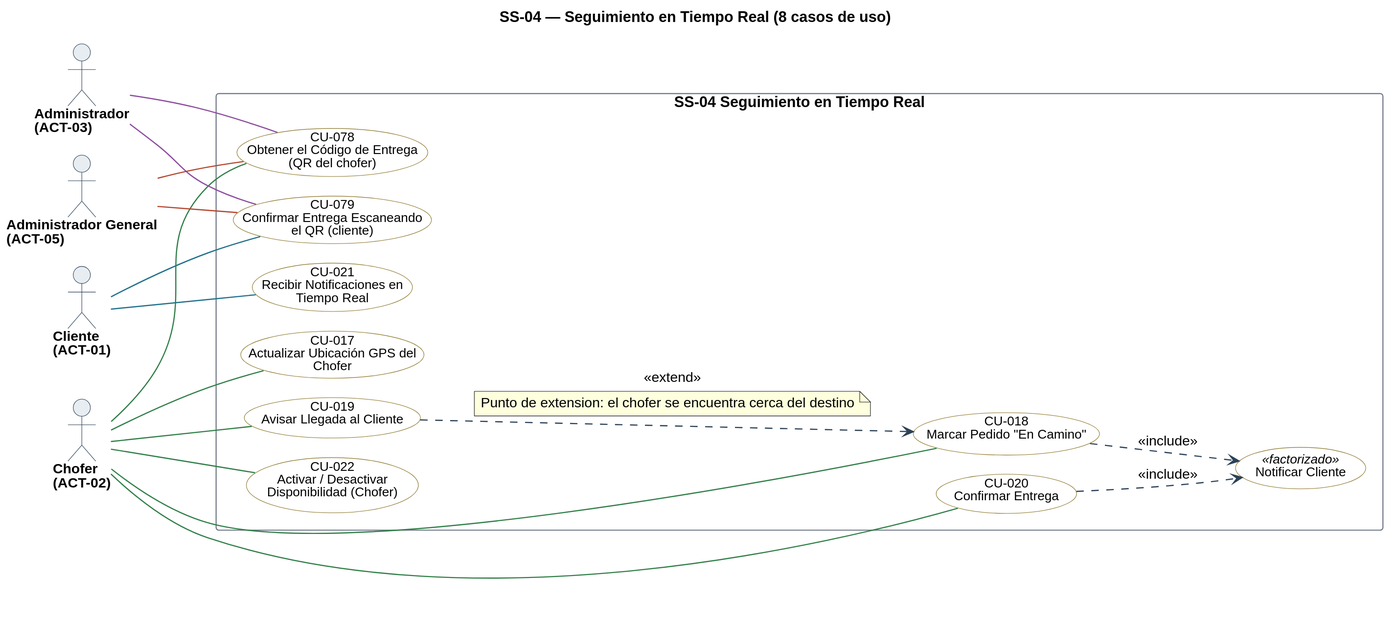
Nahuelito-Dev/splg-docs keeps this PlantUML diagram as diagramas/uml/CU_SS-04_Seguimiento-En-Tiempo-Real.svg. Above is the earlier version.
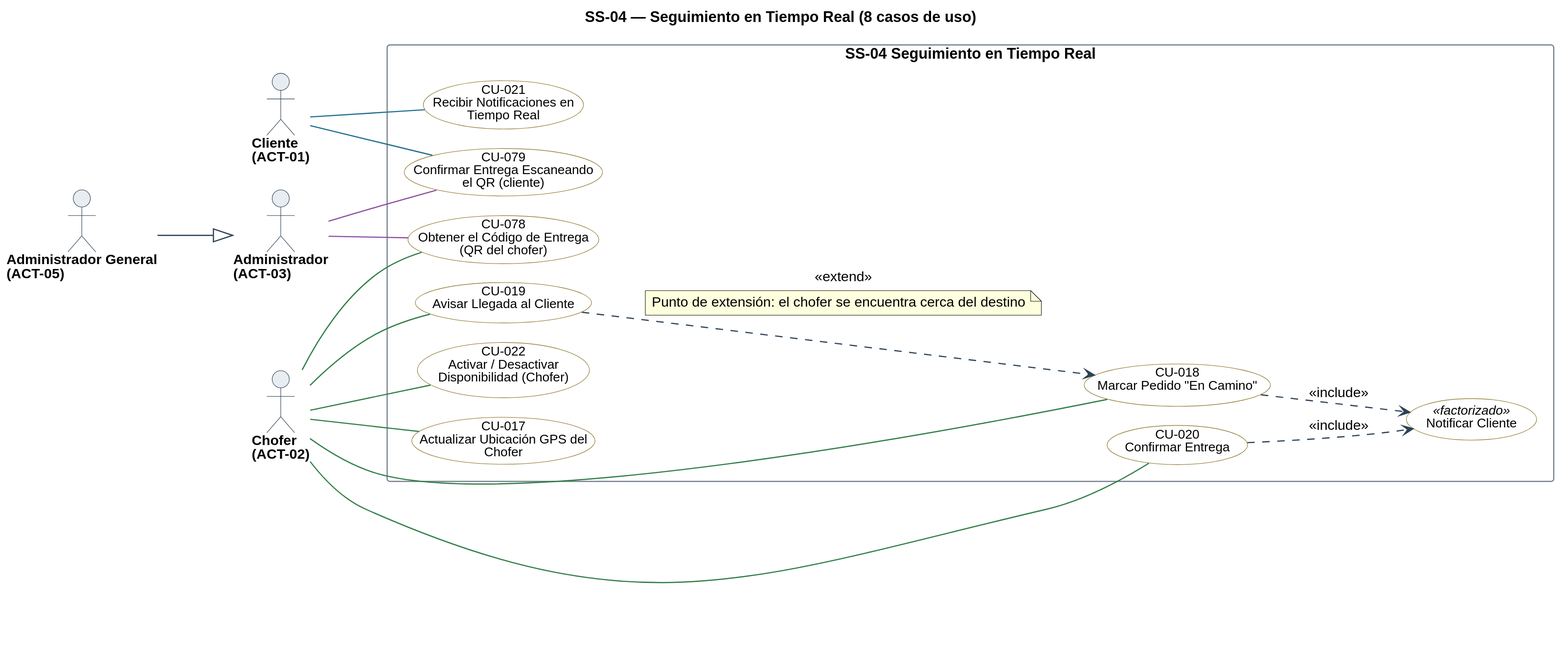
After the change.

The edit, as a diff of the source:
```diff
@@ -28,8 +28,8 @@
 skinparam nodesep 18
 skinparam ranksep 70
 skinparam usecase {
-  BorderColor<<pendiente>> #9C4436
-  BackgroundColor<<pendiente>> #F6E4E1
+  BorderColor<<planificado>> #9C4436
+  BackgroundColor<<planificado>> #F6E4E1
   BorderColor<<factorizado>> #6B7683
   BackgroundColor<<factorizado>> #F2F4F6
 }
@@ -61,14 +61,13 @@
 A02 -[#2E7D46]- U078
 A03 -[#8C4A9E]- U078
 A03 -[#8C4A9E]- U079
-A05 -[#B4432B]- U078
-A05 -[#B4432B]- U079
+A05 --|> A03
 
 U018 ..> F_AVISO : <<include>>
 U020 ..> F_AVISO : <<include>>
 
 U019 ..> U018 : <<extend>>
 note on link
-  Punto de extension: el chofer se encuentra cerca del destino
+  Punto de extensión: el chofer se encuentra cerca del destino
 end note
 @enduml
```
